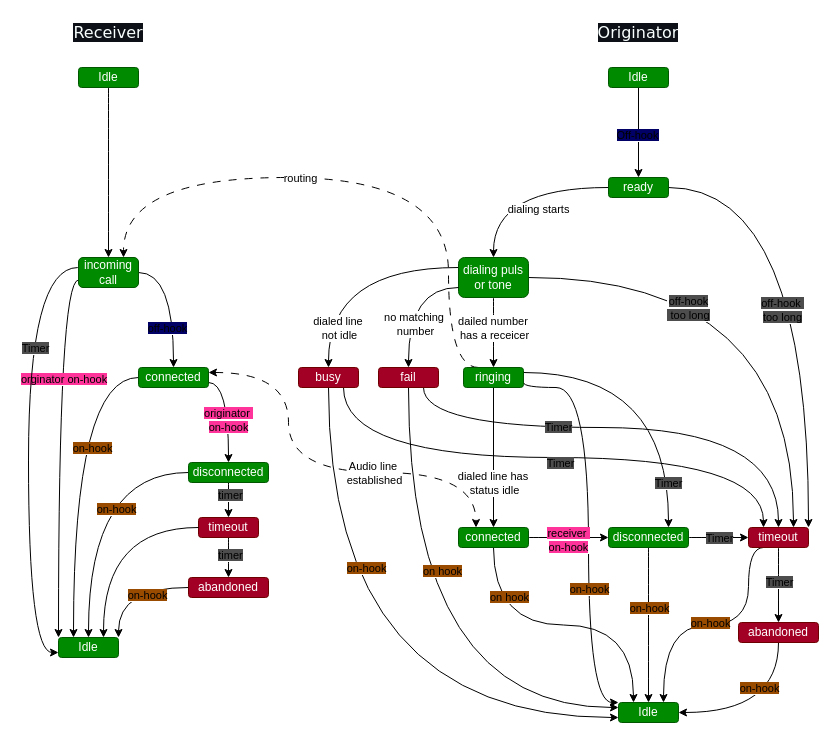
ondfrukt/ProofOfConcept keeps this draw.io diagram as docs/PhoneStatusflowshart.drawio. Above is the earlier version. Source tidied: cells renumbered, new cells numbered last; positions are measured from the earlier drawing's top-left corner, leaving out a move shared by most shapes. Both pictures are drawn from the tidied source at 100%, with x=0, y=0 at pixel (28, 17).
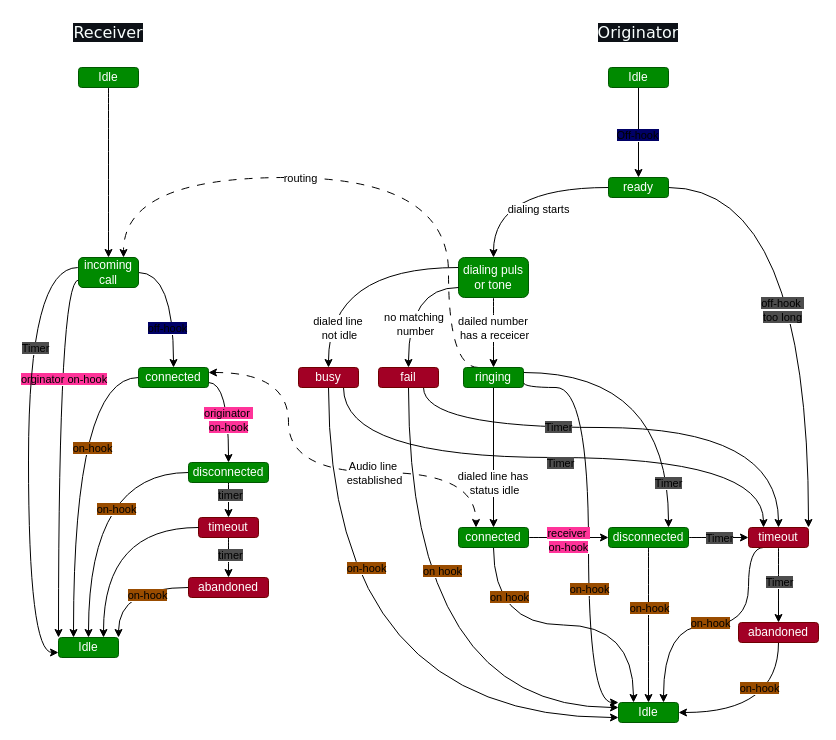
The same diagram, later.

The change refers to these unchanged cells:
```xml
<mxCell id="18" value="dialing puls or tone" style="rounded=1;whiteSpace=wrap;html=1;fillColor=#008a00;strokeColor=#005700;fontColor=#ffffff;" parent="1" vertex="1">
  <mxGeometry x="430" y="240" width="70" height="40" as="geometry" />
</mxCell>
<mxCell id="23" value="timeout" style="rounded=1;whiteSpace=wrap;html=1;fillColor=#a20025;strokeColor=#6F0000;fontColor=#ffffff;" parent="1" vertex="1">
  <mxGeometry x="720" y="510" width="60" height="20" as="geometry" />
</mxCell>
```

What changed in the source:
```diff
@@
-    <mxCell id="14" style="edgeStyle=orthogonalEdgeStyle;curved=1;rounded=0;jettySize=auto;html=1;exitX=1;exitY=0.5;exitDx=0;exitDy=0;entryX=0.75;entryY=0;entryDx=0;entryDy=0;" parent="1" edge="1" source="18" target="23">
-      <mxGeometry relative="1" as="geometry" />
-    </mxCell>
-    <mxCell id="15" value="&lt;span style=&quot;background-color: rgb(77, 77, 77);&quot;&gt;off-hook&lt;/span&gt;&lt;div&gt;&lt;span style=&quot;background-color: rgb(77, 77, 77);&quot;&gt;&amp;nbsp;too long&lt;/span&gt;&lt;/div&gt;" style="edgeLabel;html=1;align=center;verticalAlign=middle;" parent="14" vertex="1">
-      <mxGeometry x="-0.13" y="-3" relative="1" as="geometry">
-        <mxPoint x="-65" y="27" as="offset" />
-      </mxGeometry>
-    </mxCell>
```
